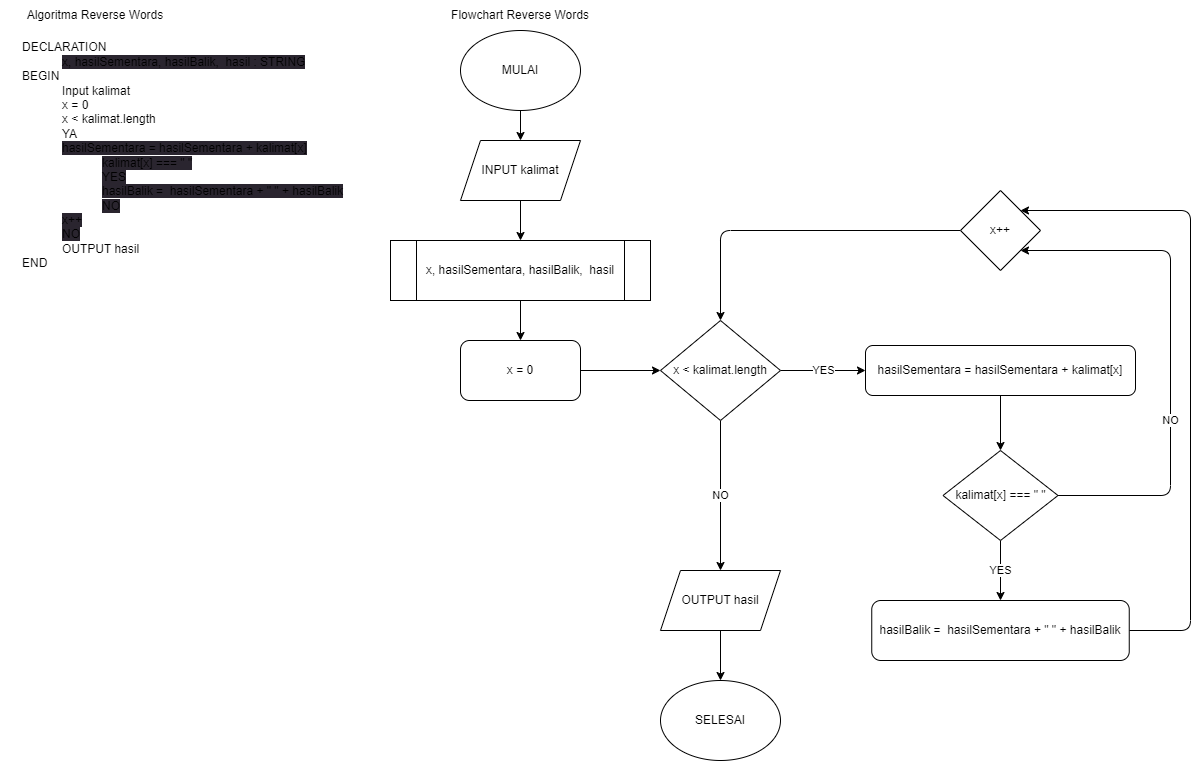
wisnu318/fwg17-computer-science keeps this draw.io diagram as tugas6.2.png. Above is the earlier version. Source tidied: cells renumbered, new cells last; positions are measured from the earlier drawing's top-left corner, leaving out a move shared by most shapes. The source it was exported from:
```xml
<mxGraphModel>
  <root>
    <mxCell id="0" />
    <mxCell id="1" parent="0" />
    <mxCell id="2" value="Algoritma Reverse Words" style="text;html=1;strokeColor=none;fillColor=none;align=center;verticalAlign=middle;whiteSpace=wrap;rounded=0;" parent="1" vertex="1">
      <mxGeometry width="190" height="30" as="geometry" />
    </mxCell>
    <mxCell id="3" value="Flowchart Reverse Words" style="text;html=1;strokeColor=none;fillColor=none;align=center;verticalAlign=middle;whiteSpace=wrap;rounded=0;" parent="1" vertex="1">
      <mxGeometry x="430" width="180" height="30" as="geometry" />
    </mxCell>
    <mxCell id="4" style="edgeStyle=orthogonalEdgeStyle;html=1;exitX=0.5;exitY=1;exitDx=0;exitDy=0;entryX=0.5;entryY=0;entryDx=0;entryDy=0;" parent="1" edge="1" source="5" target="8">
      <mxGeometry relative="1" as="geometry" />
    </mxCell>
    <mxCell id="5" value="MULAI" style="ellipse;whiteSpace=wrap;html=1;" parent="1" vertex="1">
      <mxGeometry x="460" y="30" width="120" height="80" as="geometry" />
    </mxCell>
    <mxCell id="6" value="DECLARATION&lt;br&gt;&lt;blockquote style=&quot;margin: 0 0 0 40px; border: none; padding: 0px;&quot;&gt;&lt;span style=&quot;text-align: center; background-color: rgb(42, 37, 47);&quot;&gt;x, hasilSementara, hasilBalik,&amp;nbsp; hasil : STRING&lt;/span&gt;&lt;br&gt;&lt;/blockquote&gt;&lt;div style=&quot;&quot;&gt;BEGIN&lt;/div&gt;&lt;blockquote style=&quot;margin: 0 0 0 40px; border: none; padding: 0px;&quot;&gt;&lt;div style=&quot;&quot;&gt;Input kalimat&lt;/div&gt;&lt;div style=&quot;&quot;&gt;x = 0&lt;/div&gt;&lt;div style=&quot;&quot;&gt;x &amp;lt; kalimat.length&lt;/div&gt;&lt;div style=&quot;&quot;&gt;YA&lt;/div&gt;&lt;div style=&quot;&quot;&gt;&lt;span style=&quot;background-color: rgb(42, 37, 47); text-align: center;&quot;&gt;hasilSementara = hasilSementara + kalimat[x]&lt;/span&gt;&lt;/div&gt;&lt;/blockquote&gt;&lt;blockquote style=&quot;margin: 0 0 0 40px; border: none; padding: 0px;&quot;&gt;&lt;blockquote style=&quot;margin: 0 0 0 40px; border: none; padding: 0px;&quot;&gt;&lt;span style=&quot;text-align: center; background-color: rgb(42, 37, 47);&quot;&gt;kalimat[x] === &quot; &quot;&lt;/span&gt;&lt;/blockquote&gt;&lt;blockquote style=&quot;margin: 0 0 0 40px; border: none; padding: 0px;&quot;&gt;&lt;span style=&quot;text-align: center; background-color: rgb(42, 37, 47);&quot;&gt;YES&lt;/span&gt;&lt;/blockquote&gt;&lt;blockquote style=&quot;margin: 0 0 0 40px; border: none; padding: 0px;&quot;&gt;&lt;span style=&quot;text-align: center; background-color: rgb(42, 37, 47);&quot;&gt;hasilBalik =&amp;nbsp; hasilSementara + &quot; &quot; + hasilBalik&lt;/span&gt;&lt;/blockquote&gt;&lt;blockquote style=&quot;margin: 0 0 0 40px; border: none; padding: 0px;&quot;&gt;&lt;span style=&quot;background-color: rgb(42, 37, 47); text-align: center;&quot;&gt;NO&lt;/span&gt;&lt;/blockquote&gt;&lt;/blockquote&gt;&lt;blockquote style=&quot;margin: 0 0 0 40px; border: none; padding: 0px;&quot;&gt;&lt;div style=&quot;&quot;&gt;&lt;span style=&quot;text-align: center; background-color: rgb(42, 37, 47);&quot;&gt;x++&lt;/span&gt;&lt;br&gt;&lt;/div&gt;&lt;div style=&quot;&quot;&gt;&lt;span style=&quot;text-align: center; background-color: rgb(42, 37, 47);&quot;&gt;NO&lt;/span&gt;&lt;/div&gt;&lt;div style=&quot;&quot;&gt;OUTPUT hasil&lt;/div&gt;&lt;/blockquote&gt;&lt;div style=&quot;&quot;&gt;END&lt;/div&gt;" style="text;html=1;strokeColor=none;fillColor=none;align=left;verticalAlign=middle;whiteSpace=wrap;rounded=0;" parent="1" vertex="1">
      <mxGeometry x="20" y="50" width="350" height="210" as="geometry" />
    </mxCell>
    <mxCell id="7" style="edgeStyle=orthogonalEdgeStyle;html=1;exitX=0.5;exitY=1;exitDx=0;exitDy=0;entryX=0.5;entryY=0;entryDx=0;entryDy=0;" parent="1" edge="1" source="8" target="10">
      <mxGeometry relative="1" as="geometry" />
    </mxCell>
    <mxCell id="8" value="INPUT kalimat" style="shape=parallelogram;perimeter=parallelogramPerimeter;whiteSpace=wrap;html=1;fixedSize=1;" parent="1" vertex="1">
      <mxGeometry x="460" y="140" width="120" height="60" as="geometry" />
    </mxCell>
    <mxCell id="9" style="edgeStyle=orthogonalEdgeStyle;html=1;exitX=0.5;exitY=1;exitDx=0;exitDy=0;entryX=0.5;entryY=0;entryDx=0;entryDy=0;" parent="1" edge="1" source="10" target="12">
      <mxGeometry relative="1" as="geometry" />
    </mxCell>
    <mxCell id="10" value="x, hasilSementara, hasilBalik,&amp;nbsp; hasil" style="shape=process;whiteSpace=wrap;html=1;backgroundOutline=1;" parent="1" vertex="1">
      <mxGeometry x="390" y="240" width="260" height="60" as="geometry" />
    </mxCell>
    <mxCell id="11" style="edgeStyle=orthogonalEdgeStyle;html=1;exitX=1;exitY=0.5;exitDx=0;exitDy=0;" parent="1" edge="1" source="12" target="15">
      <mxGeometry relative="1" as="geometry" />
    </mxCell>
    <mxCell id="12" value="x = 0" style="rounded=1;whiteSpace=wrap;html=1;" parent="1" vertex="1">
      <mxGeometry x="460" y="340" width="120" height="60" as="geometry" />
    </mxCell>
    <mxCell id="13" value="YES" style="edgeStyle=orthogonalEdgeStyle;html=1;exitX=1;exitY=0.5;exitDx=0;exitDy=0;entryX=0;entryY=0.5;entryDx=0;entryDy=0;" parent="1" edge="1" source="15" target="17">
      <mxGeometry relative="1" as="geometry" />
    </mxCell>
    <mxCell id="14" value="NO" style="edgeStyle=orthogonalEdgeStyle;html=1;exitX=0.5;exitY=1;exitDx=0;exitDy=0;" parent="1" edge="1" source="15" target="21">
      <mxGeometry relative="1" as="geometry" />
    </mxCell>
    <mxCell id="15" value="x &amp;lt; kalimat.length" style="rhombus;whiteSpace=wrap;html=1;" parent="1" vertex="1">
      <mxGeometry x="660" y="320" width="120" height="100" as="geometry" />
    </mxCell>
    <mxCell id="16" style="edgeStyle=orthogonalEdgeStyle;html=1;exitX=0.5;exitY=1;exitDx=0;exitDy=0;entryX=0.5;entryY=0;entryDx=0;entryDy=0;" parent="1" edge="1" source="17" target="25">
      <mxGeometry relative="1" as="geometry" />
    </mxCell>
    <mxCell id="17" value="hasilSementara = hasilSementara + kalimat[x]" style="rounded=1;whiteSpace=wrap;html=1;" parent="1" vertex="1">
      <mxGeometry x="865" y="345" width="270" height="50" as="geometry" />
    </mxCell>
    <mxCell id="18" style="edgeStyle=orthogonalEdgeStyle;html=1;exitX=0;exitY=0.5;exitDx=0;exitDy=0;entryX=0.5;entryY=0;entryDx=0;entryDy=0;" parent="1" edge="1" source="19" target="15">
      <mxGeometry relative="1" as="geometry" />
    </mxCell>
    <mxCell id="19" value="x++" style="rhombus;whiteSpace=wrap;html=1;" parent="1" vertex="1">
      <mxGeometry x="960" y="190" width="80" height="80" as="geometry" />
    </mxCell>
    <mxCell id="20" style="edgeStyle=orthogonalEdgeStyle;html=1;exitX=0.5;exitY=1;exitDx=0;exitDy=0;entryX=0.5;entryY=0;entryDx=0;entryDy=0;" parent="1" edge="1" source="21" target="22">
      <mxGeometry relative="1" as="geometry" />
    </mxCell>
    <mxCell id="21" value="OUTPUT hasil" style="shape=parallelogram;perimeter=parallelogramPerimeter;whiteSpace=wrap;html=1;fixedSize=1;" parent="1" vertex="1">
      <mxGeometry x="660" y="570" width="120" height="60" as="geometry" />
    </mxCell>
    <mxCell id="22" value="SELESAI" style="ellipse;whiteSpace=wrap;html=1;" parent="1" vertex="1">
      <mxGeometry x="660" y="680" width="120" height="80" as="geometry" />
    </mxCell>
    <mxCell id="23" value="NO" style="edgeStyle=orthogonalEdgeStyle;html=1;exitX=1;exitY=0.5;exitDx=0;exitDy=0;entryX=1;entryY=1;entryDx=0;entryDy=0;" parent="1" edge="1" source="25" target="19">
      <mxGeometry x="-0.26" relative="1" as="geometry">
        <Array as="points">
          <mxPoint x="1170" y="495" />
          <mxPoint x="1170" y="250" />
        </Array>
      </mxGeometry>
    </mxCell>
    <mxCell id="24" value="YES" style="edgeStyle=orthogonalEdgeStyle;html=1;exitX=0.5;exitY=1;exitDx=0;exitDy=0;entryX=0.5;entryY=0;entryDx=0;entryDy=0;" parent="1" edge="1" source="25" target="27">
      <mxGeometry relative="1" as="geometry" />
    </mxCell>
    <mxCell id="25" value="kalimat[x] === &quot; &quot;" style="rhombus;whiteSpace=wrap;html=1;" parent="1" vertex="1">
      <mxGeometry x="942.5" y="450" width="115" height="90" as="geometry" />
    </mxCell>
    <mxCell id="26" style="edgeStyle=orthogonalEdgeStyle;html=1;exitX=1;exitY=0.5;exitDx=0;exitDy=0;entryX=1;entryY=0;entryDx=0;entryDy=0;" parent="1" edge="1" source="27" target="19">
      <mxGeometry relative="1" as="geometry">
        <Array as="points">
          <mxPoint x="1190" y="630" />
          <mxPoint x="1190" y="210" />
        </Array>
      </mxGeometry>
    </mxCell>
    <mxCell id="27" value="hasilBalik =&amp;nbsp; hasilSementara + &quot; &quot; + hasilBalik" style="rounded=1;whiteSpace=wrap;html=1;" parent="1" vertex="1">
      <mxGeometry x="871.2" y="600" width="257.5" height="60" as="geometry" />
    </mxCell>
  </root>
</mxGraphModel>
```
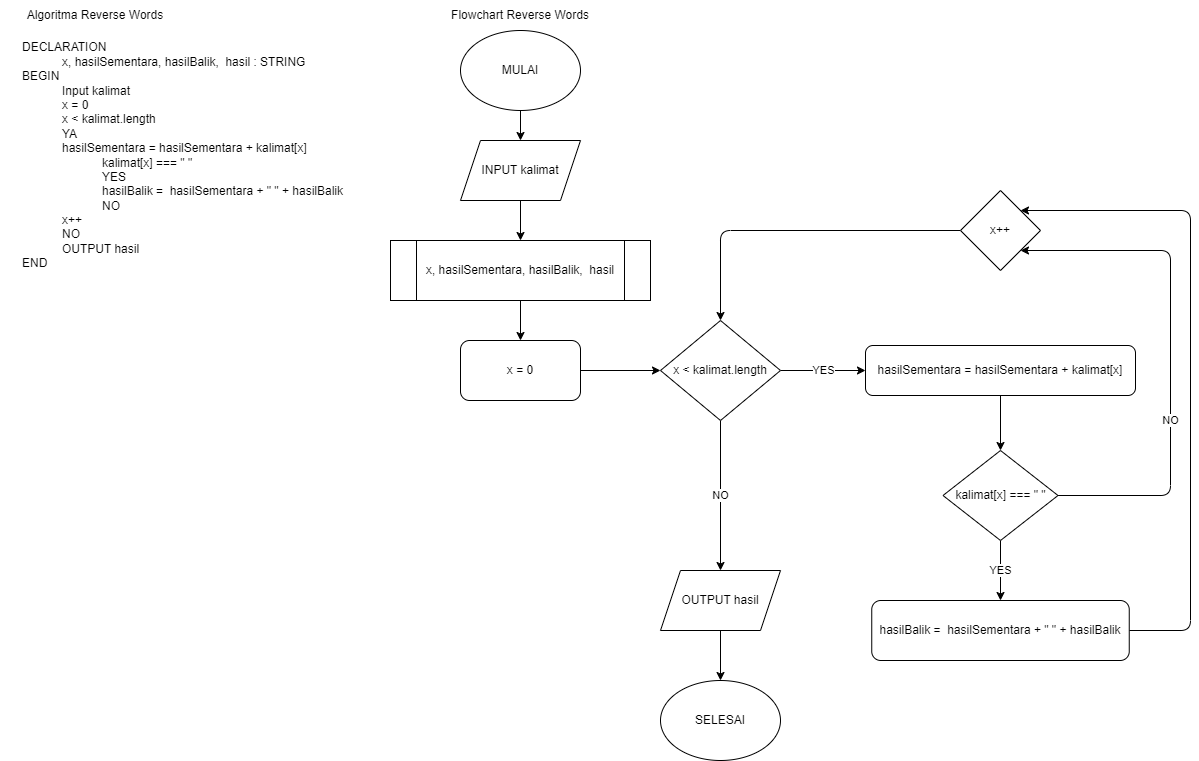
Later version of the same file.

The edit, as a diff of the source:
```diff
@@ -14,7 +14,7 @@
     <mxCell id="5" value="MULAI" style="ellipse;whiteSpace=wrap;html=1;" parent="1" vertex="1">
       <mxGeometry x="460" y="30" width="120" height="80" as="geometry" />
     </mxCell>
-    <mxCell id="6" value="DECLARATION&lt;br&gt;&lt;blockquote style=&quot;margin: 0 0 0 40px; border: none; padding: 0px;&quot;&gt;&lt;span style=&quot;text-align: center; background-color: rgb(42, 37, 47);&quot;&gt;x, hasilSementara, hasilBalik,&amp;nbsp; hasil : STRING&lt;/span&gt;&lt;br&gt;&lt;/blockquote&gt;&lt;div style=&quot;&quot;&gt;BEGIN&lt;/div&gt;&lt;blockquote style=&quot;margin: 0 0 0 40px; border: none; padding: 0px;&quot;&gt;&lt;div style=&quot;&quot;&gt;Input kalimat&lt;/div&gt;&lt;div style=&quot;&quot;&gt;x = 0&lt;/div&gt;&lt;div style=&quot;&quot;&gt;x &amp;lt; kalimat.length&lt;/div&gt;&lt;div style=&quot;&quot;&gt;YA&lt;/div&gt;&lt;div style=&quot;&quot;&gt;&lt;span style=&quot;background-color: rgb(42, 37, 47); text-align: center;&quot;&gt;hasilSementara = hasilSementara + kalimat[x]&lt;/span&gt;&lt;/div&gt;&lt;/blockquote&gt;&lt;blockquote style=&quot;margin: 0 0 0 40px; border: none; padding: 0px;&quot;&gt;&lt;blockquote style=&quot;margin: 0 0 0 40px; border: none; padding: 0px;&quot;&gt;&lt;span style=&quot;text-align: center; background-color: rgb(42, 37, 47);&quot;&gt;kalimat[x] === &quot; &quot;&lt;/span&gt;&lt;/blockquote&gt;&lt;blockquote style=&quot;margin: 0 0 0 40px; border: none; padding: 0px;&quot;&gt;&lt;span style=&quot;text-align: center; background-color: rgb(42, 37, 47);&quot;&gt;YES&lt;/span&gt;&lt;/blockquote&gt;&lt;blockquote style=&quot;margin: 0 0 0 40px; border: none; padding: 0px;&quot;&gt;&lt;span style=&quot;text-align: center; background-color: rgb(42, 37, 47);&quot;&gt;hasilBalik =&amp;nbsp; hasilSementara + &quot; &quot; + hasilBalik&lt;/span&gt;&lt;/blockquote&gt;&lt;blockquote style=&quot;margin: 0 0 0 40px; border: none; padding: 0px;&quot;&gt;&lt;span style=&quot;background-color: rgb(42, 37, 47); text-align: center;&quot;&gt;NO&lt;/span&gt;&lt;/blockquote&gt;&lt;/blockquote&gt;&lt;blockquote style=&quot;margin: 0 0 0 40px; border: none; padding: 0px;&quot;&gt;&lt;div style=&quot;&quot;&gt;&lt;span style=&quot;text-align: center; background-color: rgb(42, 37, 47);&quot;&gt;x++&lt;/span&gt;&lt;br&gt;&lt;/div&gt;&lt;div style=&quot;&quot;&gt;&lt;span style=&quot;text-align: center; background-color: rgb(42, 37, 47);&quot;&gt;NO&lt;/span&gt;&lt;/div&gt;&lt;div style=&quot;&quot;&gt;OUTPUT hasil&lt;/div&gt;&lt;/blockquote&gt;&lt;div style=&quot;&quot;&gt;END&lt;/div&gt;" style="text;html=1;strokeColor=none;fillColor=none;align=left;verticalAlign=middle;whiteSpace=wrap;rounded=0;" parent="1" vertex="1">
+    <mxCell id="6" value="DECLARATION&lt;br&gt;&lt;blockquote style=&quot;margin: 0 0 0 40px; border: none; padding: 0px;&quot;&gt;&lt;span style=&quot;text-align: center;&quot;&gt;x, hasilSementara, hasilBalik,&amp;nbsp; hasil : STRING&lt;/span&gt;&lt;br&gt;&lt;/blockquote&gt;&lt;div style=&quot;&quot;&gt;BEGIN&lt;/div&gt;&lt;blockquote style=&quot;margin: 0 0 0 40px; border: none; padding: 0px;&quot;&gt;&lt;div style=&quot;&quot;&gt;Input kalimat&lt;/div&gt;&lt;div style=&quot;&quot;&gt;x = 0&lt;/div&gt;&lt;div style=&quot;&quot;&gt;x &amp;lt; kalimat.length&lt;/div&gt;&lt;div style=&quot;&quot;&gt;YA&lt;/div&gt;&lt;div style=&quot;&quot;&gt;&lt;span style=&quot;text-align: center;&quot;&gt;hasilSementara = hasilSementara + kalimat[x]&lt;/span&gt;&lt;/div&gt;&lt;/blockquote&gt;&lt;blockquote style=&quot;margin: 0 0 0 40px; border: none; padding: 0px;&quot;&gt;&lt;blockquote style=&quot;margin: 0 0 0 40px; border: none; padding: 0px;&quot;&gt;&lt;span style=&quot;text-align: center;&quot;&gt;kalimat[x] === &quot; &quot;&lt;/span&gt;&lt;/blockquote&gt;&lt;blockquote style=&quot;margin: 0 0 0 40px; border: none; padding: 0px;&quot;&gt;&lt;span style=&quot;text-align: center;&quot;&gt;YES&lt;/span&gt;&lt;/blockquote&gt;&lt;blockquote style=&quot;margin: 0 0 0 40px; border: none; padding: 0px;&quot;&gt;&lt;span style=&quot;text-align: center;&quot;&gt;hasilBalik =&amp;nbsp; hasilSementara + &quot; &quot; + hasilBalik&lt;/span&gt;&lt;/blockquote&gt;&lt;blockquote style=&quot;margin: 0 0 0 40px; border: none; padding: 0px;&quot;&gt;&lt;span style=&quot;text-align: center;&quot;&gt;NO&lt;/span&gt;&lt;/blockquote&gt;&lt;/blockquote&gt;&lt;blockquote style=&quot;margin: 0 0 0 40px; border: none; padding: 0px;&quot;&gt;&lt;div style=&quot;&quot;&gt;&lt;span style=&quot;text-align: center;&quot;&gt;x++&lt;/span&gt;&lt;br&gt;&lt;/div&gt;&lt;div style=&quot;&quot;&gt;&lt;span style=&quot;text-align: center;&quot;&gt;NO&lt;/span&gt;&lt;/div&gt;&lt;div style=&quot;&quot;&gt;OUTPUT hasil&lt;/div&gt;&lt;/blockquote&gt;&lt;div style=&quot;&quot;&gt;END&lt;/div&gt;" style="text;html=1;strokeColor=none;fillColor=none;align=left;verticalAlign=middle;whiteSpace=wrap;rounded=0;" parent="1" vertex="1">
       <mxGeometry x="20" y="50" width="350" height="210" as="geometry" />
     </mxCell>
     <mxCell id="7" style="edgeStyle=orthogonalEdgeStyle;html=1;exitX=0.5;exitY=1;exitDx=0;exitDy=0;entryX=0.5;entryY=0;entryDx=0;entryDy=0;" parent="1" edge="1" source="8" target="10">
```
